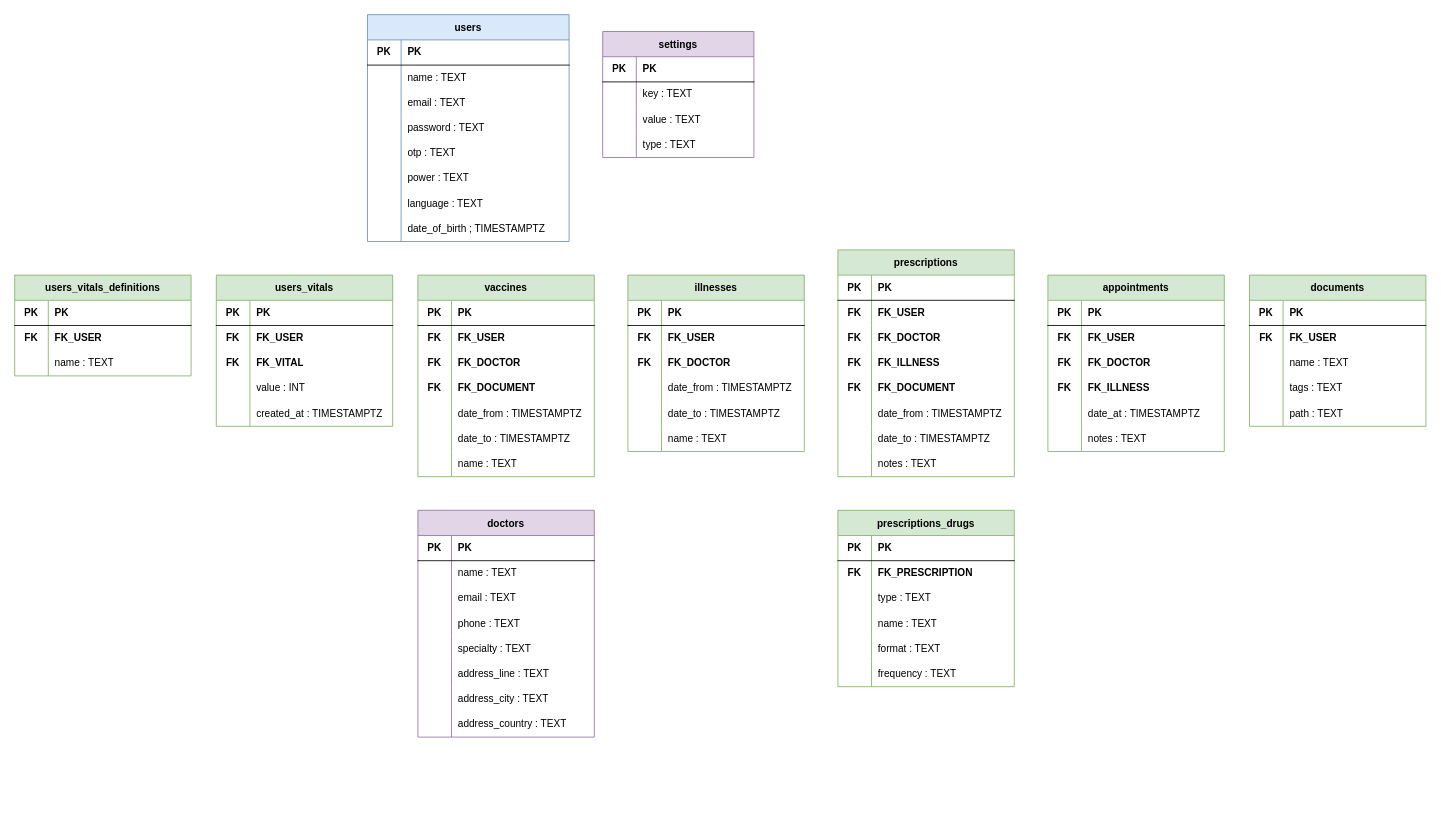
Before: conception/database.drawio in krakovmuffin/pmr, a draw.io diagram. Source tidied: cells renumbered, new cells numbered last; positions are measured from the earlier drawing's top-left corner, leaving out a move shared by most shapes. Both pictures are drawn from the tidied source at 84%, with x=0, y=0 at pixel (14, 14).
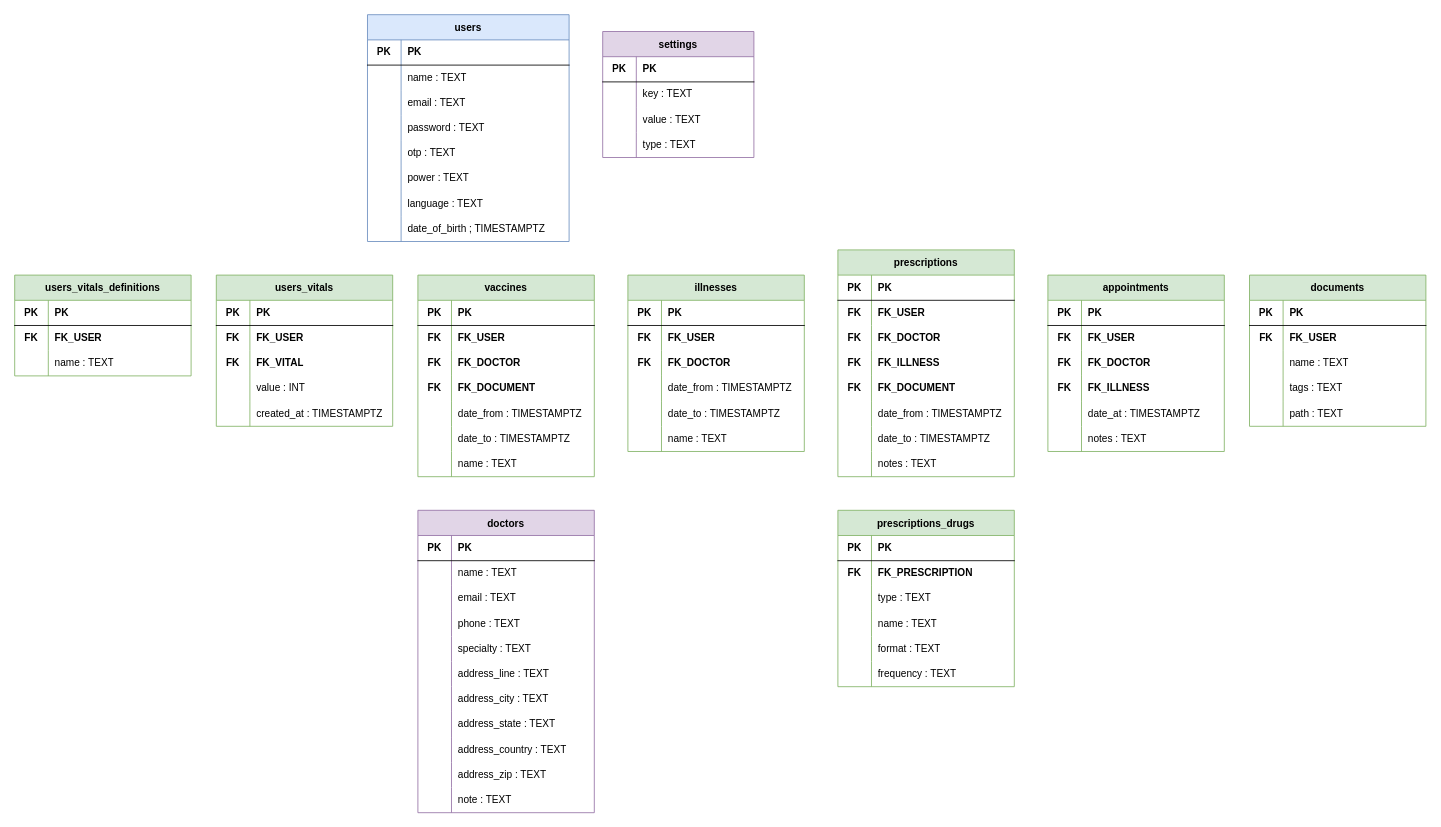
The same diagram, later.

Commit message:
Updated database scheme

Diff of the diagram source:
```diff
@@
     <mxCell id="81" value="doctors" style="shape=table;startSize=30;childLayout=tableLayout;rowLines=0;fontStyle=1;align=center;fillColor=#e1d5e7;strokeColor=#9673a6;" parent="1" vertex="1">
-      <mxGeometry x="480" y="590" width="210" height="270" as="geometry" />
+      <mxGeometry x="480" y="590" width="210" height="360" as="geometry" />
     </mxCell>
@@
+    <mxCell id="211" style="shape=partialRectangle;html=1;whiteSpace=wrap;fillColor=none;top=0;left=0;bottom=0;right=0;" parent="81" vertex="1">
+      <mxGeometry y="240" width="210" height="30" as="geometry" />
+    </mxCell>
+    <mxCell id="212" style="shape=partialRectangle;html=1;whiteSpace=wrap;fillColor=none;top=0;left=0;bottom=0;right=0;overflow=hidden;" parent="211" vertex="1">
+      <mxGeometry width="40" height="30" as="geometry" />
+    </mxCell>
+    <mxCell id="213" value="address_state : TEXT" style="shape=partialRectangle;html=1;whiteSpace=wrap;fillColor=none;top=0;left=0;bottom=0;right=0;align=left;spacingLeft=6;overflow=hidden;" parent="211" vertex="1">
+      <mxGeometry x="40" width="170" height="30" as="geometry" />
+    </mxCell>
     <mxCell id="103" style="shape=partialRectangle;html=1;whiteSpace=wrap;fillColor=none;top=0;left=0;bottom=0;right=0;" parent="81" vertex="1">
-      <mxGeometry y="240" width="210" height="30" as="geometry" />
+      <mxGeometry y="270" width="210" height="30" as="geometry" />
     </mxCell>
@@
+    <mxCell id="214" style="shape=partialRectangle;html=1;whiteSpace=wrap;fillColor=none;top=0;left=0;bottom=0;right=0;" parent="81" vertex="1">
+      <mxGeometry y="300" width="210" height="30" as="geometry" />
+    </mxCell>
+    <mxCell id="215" style="shape=partialRectangle;html=1;whiteSpace=wrap;fillColor=none;top=0;left=0;bottom=0;right=0;overflow=hidden;" parent="214" vertex="1">
+      <mxGeometry width="40" height="30" as="geometry" />
+    </mxCell>
+    <mxCell id="216" value="address_zip : TEXT" style="shape=partialRectangle;html=1;whiteSpace=wrap;fillColor=none;top=0;left=0;bottom=0;right=0;align=left;spacingLeft=6;overflow=hidden;" parent="214" vertex="1">
+      <mxGeometry x="40" width="170" height="30" as="geometry" />
+    </mxCell>
+    <mxCell id="217" style="shape=partialRectangle;html=1;whiteSpace=wrap;fillColor=none;top=0;left=0;bottom=0;right=0;" parent="81" vertex="1">
+      <mxGeometry y="330" width="210" height="30" as="geometry" />
+    </mxCell>
+    <mxCell id="218" style="shape=partialRectangle;html=1;whiteSpace=wrap;fillColor=none;top=0;left=0;bottom=0;right=0;overflow=hidden;" parent="217" vertex="1">
+      <mxGeometry width="40" height="30" as="geometry" />
+    </mxCell>
+    <mxCell id="219" value="note : TEXT" style="shape=partialRectangle;html=1;whiteSpace=wrap;fillColor=none;top=0;left=0;bottom=0;right=0;align=left;spacingLeft=6;overflow=hidden;" parent="217" vertex="1">
+      <mxGeometry x="40" width="170" height="30" as="geometry" />
+    </mxCell>
```
